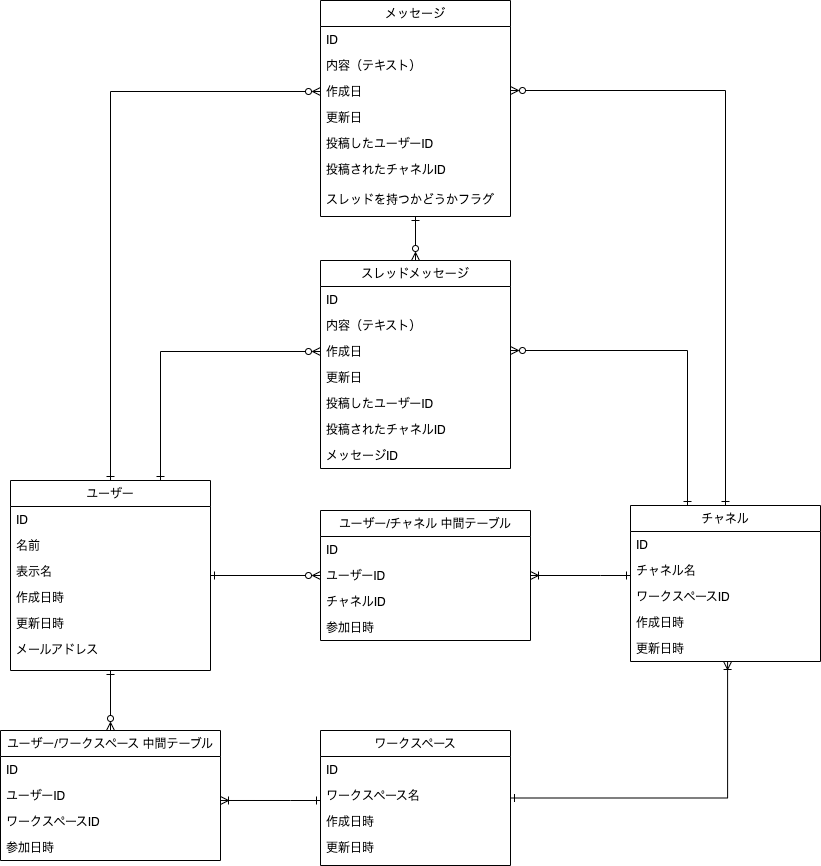
Earlier version of the draw.io export db/db-modeling-2/DB2 Diagram.drawio.png (yuikoito/PrAhaChallenge). Source tidied: cells renumbered, new cells last; positions are measured from the earlier drawing's top-left corner, leaving out a move shared by most shapes.
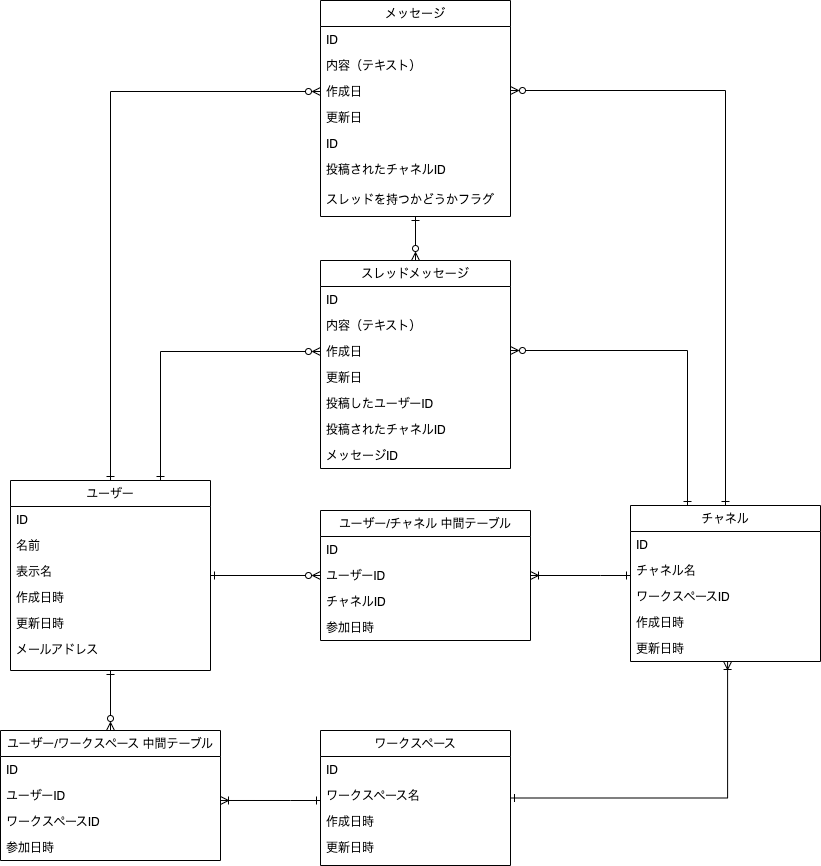
After the change.

What changed in the source:
```diff
@@ -60,7 +60,7 @@
     <mxCell id="19" value="更新日&#10;" style="text;align=left;verticalAlign=top;spacingLeft=4;spacingRight=4;overflow=hidden;rounded=0;shadow=0;html=0;" parent="15" vertex="1">
       <mxGeometry y="104" width="190" height="26" as="geometry" />
     </mxCell>
-    <mxCell id="20" value="投稿したユーザーID" style="text;align=left;verticalAlign=top;spacingLeft=4;spacingRight=4;overflow=hidden;" parent="15" vertex="1">
+    <mxCell id="20" value="ID" style="text;align=left;verticalAlign=top;spacingLeft=4;spacingRight=4;overflow=hidden;" parent="15" vertex="1">
       <mxGeometry y="130" width="190" height="26" as="geometry" />
     </mxCell>
     <mxCell id="21" value="投稿されたチャネルID" style="text;align=left;verticalAlign=top;spacingLeft=4;spacingRight=4;overflow=hidden;" parent="15" vertex="1">
```
